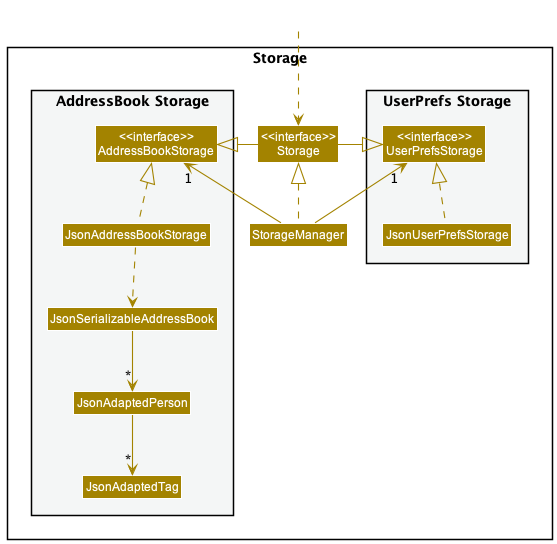
The PlantUML diagram docs/images/StorageClassDiagram.png in nus-cs2103-AY2223S2/tp, before a commit.
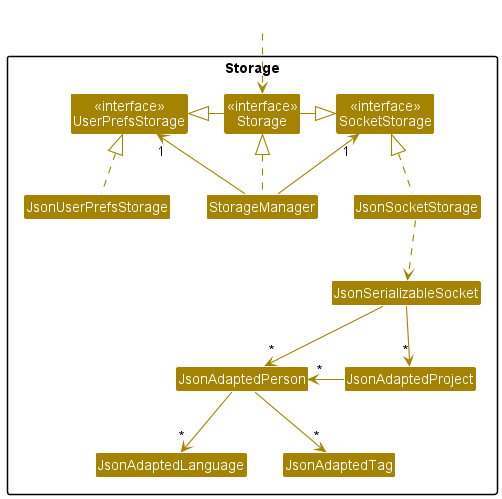
The same file after the commit.

The edit, as a diff of the source:
```diff
@@ -5,39 +5,39 @@
 skinparam classBackgroundColor STORAGE_COLOR
 
 package Storage{
-
-package "UserPrefs Storage" #F4F6F6{
 Class "<<interface>>\nUserPrefsStorage" as UserPrefsStorage
 Class JsonUserPrefsStorage
-}
 
-Class "<<interface>>\nStorage" as Storage
+Class "<<interface>>\nStorage" as Interface_Storage
 Class StorageManager
 
-package "AddressBook Storage" #F4F6F6{
-Class "<<interface>>\nAddressBookStorage" as AddressBookStorage
-Class JsonAddressBookStorage
-Class JsonSerializableAddressBook
+Class "<<interface>>\nSocketStorage" as SocketStorage
+Class JsonSocketStorage
+Class JsonSerializableSocket
 Class JsonAdaptedPerson
+Class JsonAdaptedLanguage
 Class JsonAdaptedTag
-}
+Class JsonAdaptedProject
 
 }
 
 Class HiddenOutside #FFFFFF
-HiddenOutside ..> Storage
+HiddenOutside ..> Interface_Storage
 
-StorageManager .up.|> Storage
+StorageManager .up.|> Interface_Storage
 StorageManager -up-> "1" UserPrefsStorage
-StorageManager -up-> "1" AddressBookStorage
+StorageManager -up-> "1" SocketStorage
 
-Storage -left-|> UserPrefsStorage
-Storage -right-|> AddressBookStorage
+Interface_Storage -left-|> UserPrefsStorage
+Interface_Storage -right-|> SocketStorage
 
 JsonUserPrefsStorage .up.|> UserPrefsStorage
-JsonAddressBookStorage .up.|> AddressBookStorage
-JsonAddressBookStorage ..> JsonSerializableAddressBook
-JsonSerializableAddressBook --> "*" JsonAdaptedPerson
+JsonSocketStorage .up.|> SocketStorage
+JsonSocketStorage ..> JsonSerializableSocket
+JsonSerializableSocket --> "*" JsonAdaptedPerson
+JsonAdaptedPerson --> "*" JsonAdaptedLanguage
 JsonAdaptedPerson --> "*" JsonAdaptedTag
 
+JsonSerializableSocket --> "*" JsonAdaptedProject
+JsonAdaptedProject -left-> "*" JsonAdaptedPerson
 @enduml
```
